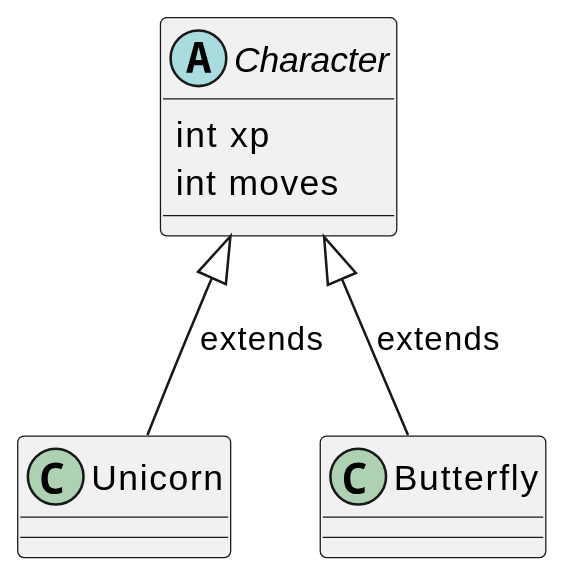
unibz-oofp-25-26/unibz-oofp-25-26.github.io keeps this PlantUML diagram as img/diagrams/plantuml/abstract_inherit_simple.svg. Above is the earlier version.
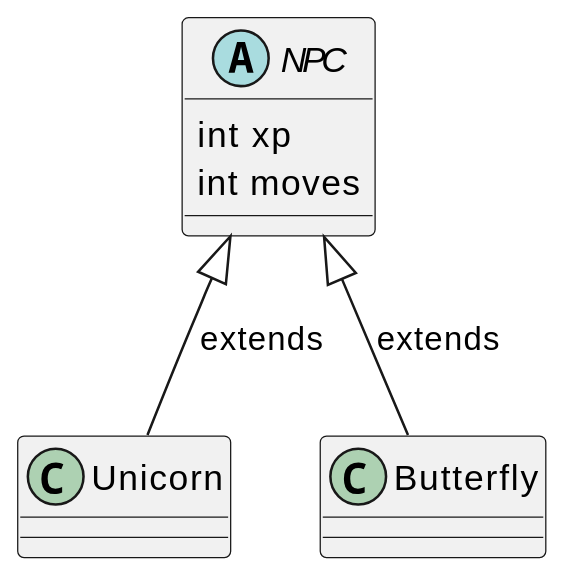
The same file after the commit.

Diff of the diagram source:
```diff
@@ -1,7 +1,7 @@
 @startuml
 scale 400 width
 
-abstract class Character {
+abstract class NPC {
  int xp
  int moves
 }
@@ -12,6 +12,6 @@
 class Butterfly {
 }
 
-Character <|-- Unicorn : extends
-Character <|-- Butterfly : extends
+NPC <|-- Unicorn : extends
+NPC <|-- Butterfly : extends
 @enduml
```
